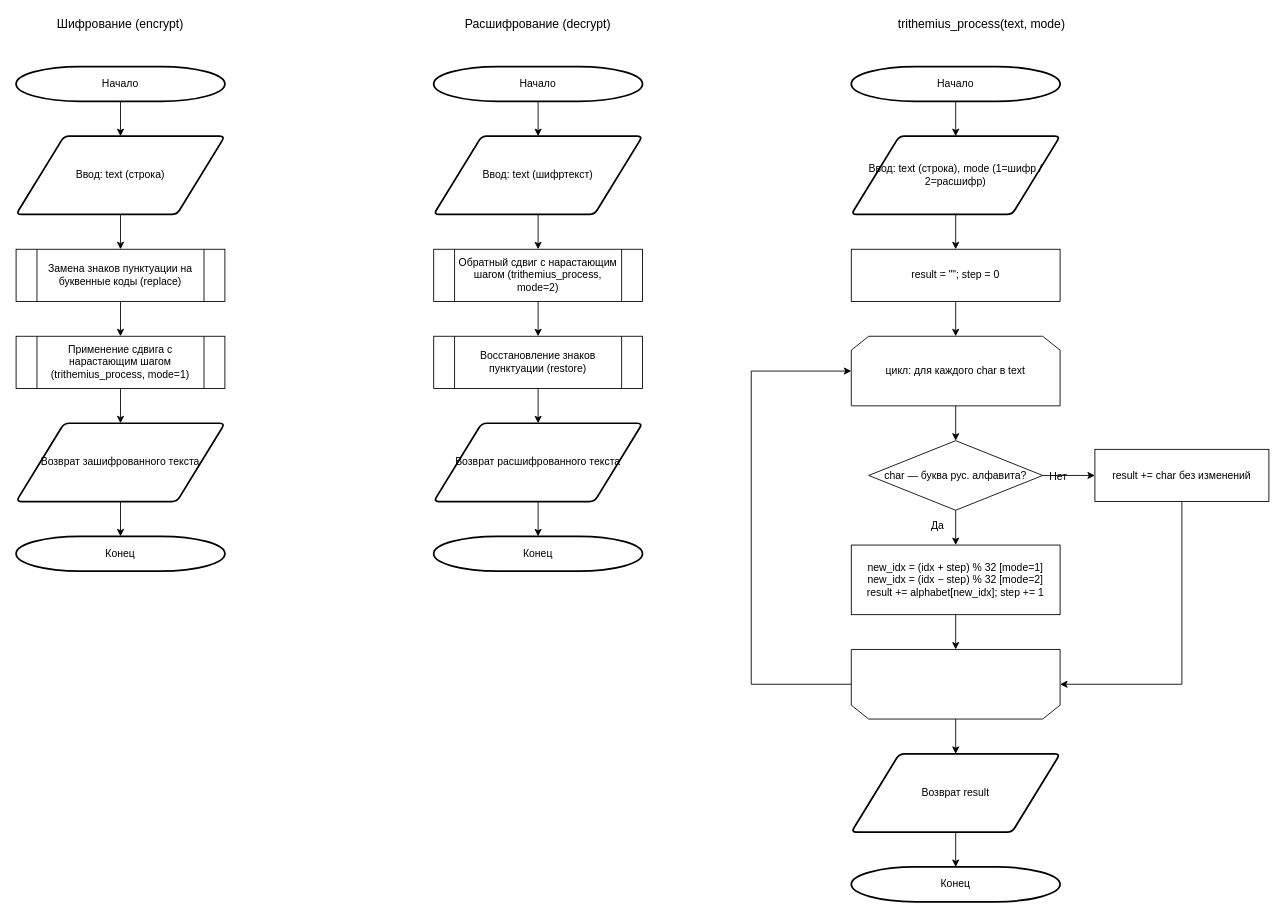
This is trithemius_diagram.drawio from Laincetta/mospolytech-cryptography, a draw.io file, before an edit. Source tidied: cells renumbered, new cells numbered last; positions are measured from the earlier drawing's top-left corner, leaving out a move shared by most shapes. Both pictures are drawn from the tidied source at 87%, with x=0, y=0 at pixel (16, 15).
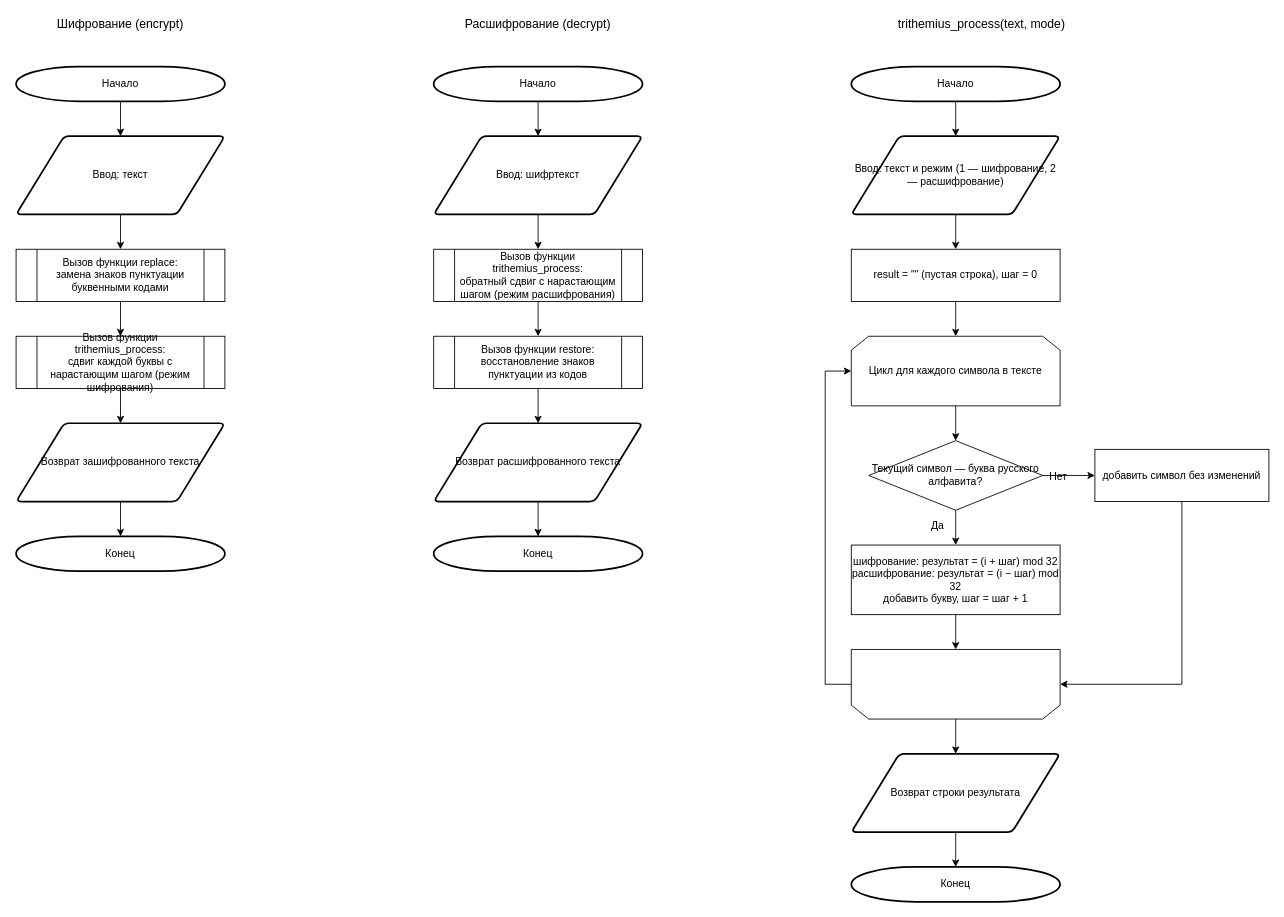
Above is the later version.

The change refers to these unchanged cells:
```xml
<mxCell id="37" style="text;html=1;whiteSpace=wrap;strokeColor=none;fillColor=none;opacity=0;" parent="1" vertex="1">
  <mxGeometry x="960" y="729" width="240" height="80" as="geometry" />
</mxCell>
```

What changed in the source:
```diff
@@
-    <mxCell id="4" value="Ввод: text (строка)" style="shape=parallelogram;html=1;strokeWidth=2;perimeter=parallelogramPerimeter;whiteSpace=wrap;rounded=1;arcSize=12;size=0.23;" parent="1" vertex="1">
+    <mxCell id="4" value="Ввод: текст" style="shape=parallelogram;html=1;strokeWidth=2;perimeter=parallelogramPerimeter;whiteSpace=wrap;rounded=1;arcSize=12;size=0.23;" parent="1" vertex="1">
       <mxGeometry y="139" width="240" height="90" as="geometry" />
     </mxCell>
-    <mxCell id="5" value="Замена знаков пунктуации на буквенные коды (replace)" style="shape=process;whiteSpace=wrap;html=1;backgroundOutline=1;" parent="1" vertex="1">
+    <mxCell id="5" value="Вызов функции replace:&#10;замена знаков пунктуации буквенными кодами" style="shape=process;whiteSpace=wrap;html=1;backgroundOutline=1;" parent="1" vertex="1">
       <mxGeometry y="269" width="240" height="60" as="geometry" />
     </mxCell>
-    <mxCell id="6" value="Применение сдвига с нарастающим шагом (trithemius_process, mode=1)" style="shape=process;whiteSpace=wrap;html=1;backgroundOutline=1;" parent="1" vertex="1">
+    <mxCell id="6" value="Вызов функции trithemius_process:&#10;сдвиг каждой буквы с нарастающим шагом (режим шифрования)" style="shape=process;whiteSpace=wrap;html=1;backgroundOutline=1;" parent="1" vertex="1">
       <mxGeometry y="369" width="240" height="60" as="geometry" />
     </mxCell>
@@
-    <mxCell id="16" value="Ввод: text (шифртекст)" style="shape=parallelogram;html=1;strokeWidth=2;perimeter=parallelogramPerimeter;whiteSpace=wrap;rounded=1;arcSize=12;size=0.23;" parent="1" vertex="1">
+    <mxCell id="16" value="Ввод: шифртекст" style="shape=parallelogram;html=1;strokeWidth=2;perimeter=parallelogramPerimeter;whiteSpace=wrap;rounded=1;arcSize=12;size=0.23;" parent="1" vertex="1">
       <mxGeometry x="480" y="139" width="240" height="90" as="geometry" />
     </mxCell>
-    <mxCell id="17" value="Обратный сдвиг с нарастающим шагом (trithemius_process, mode=2)" style="shape=process;whiteSpace=wrap;html=1;backgroundOutline=1;" parent="1" vertex="1">
+    <mxCell id="17" value="Вызов функции trithemius_process:&#10;обратный сдвиг с нарастающим шагом (режим расшифрования)" style="shape=process;whiteSpace=wrap;html=1;backgroundOutline=1;" parent="1" vertex="1">
       <mxGeometry x="480" y="269" width="240" height="60" as="geometry" />
     </mxCell>
-    <mxCell id="18" value="Восстановление знаков пунктуации (restore)" style="shape=process;whiteSpace=wrap;html=1;backgroundOutline=1;" parent="1" vertex="1">
+    <mxCell id="18" value="Вызов функции restore:&#10;восстановление знаков пунктуации из кодов" style="shape=process;whiteSpace=wrap;html=1;backgroundOutline=1;" parent="1" vertex="1">
       <mxGeometry x="480" y="369" width="240" height="60" as="geometry" />
     </mxCell>
@@
-    <mxCell id="28" value="Ввод: text (строка), mode (1=шифр / 2=расшифр)" style="shape=parallelogram;html=1;strokeWidth=2;perimeter=parallelogramPerimeter;whiteSpace=wrap;rounded=1;arcSize=12;size=0.23;" parent="1" vertex="1">
+    <mxCell id="28" value="Ввод: текст и режим (1 — шифрование, 2 — расшифрование)" style="shape=parallelogram;html=1;strokeWidth=2;perimeter=parallelogramPerimeter;whiteSpace=wrap;rounded=1;arcSize=12;size=0.23;" parent="1" vertex="1">
       <mxGeometry x="960" y="139" width="240" height="90" as="geometry" />
     </mxCell>
-    <mxCell id="29" value="result = &quot;&quot;; step = 0" style="rounded=0;whiteSpace=wrap;html=1;" parent="1" vertex="1">
+    <mxCell id="29" value="result = &amp;quot;&amp;quot; (пустая строка),  шаг = 0" style="rounded=0;whiteSpace=wrap;html=1;" parent="1" vertex="1">
       <mxGeometry x="960" y="269" width="240" height="60" as="geometry" />
     </mxCell>
-    <mxCell id="30" value="цикл: для каждого char в text" style="shape=loopLimit;whiteSpace=wrap;html=1;" parent="1" vertex="1">
+    <mxCell id="30" value="Цикл для каждого символа в тексте" style="shape=loopLimit;whiteSpace=wrap;html=1;" parent="1" vertex="1">
       <mxGeometry x="960" y="369" width="240" height="80" as="geometry" />
     </mxCell>
-    <mxCell id="31" value="char — буква рус. алфавита?" style="rhombus;whiteSpace=wrap;html=1;" parent="1" vertex="1">
+    <mxCell id="31" value="Текущий символ — буква русского алфавита?" style="rhombus;whiteSpace=wrap;html=1;" parent="1" vertex="1">
       <mxGeometry x="980" y="489" width="200" height="80" as="geometry" />
     </mxCell>
@@
-    <mxCell id="34" value="new_idx = (idx + step) % 32  [mode=1]&#10;new_idx = (idx − step) % 32  [mode=2]&#10;result += alphabet[new_idx]; step += 1" style="rounded=0;whiteSpace=wrap;html=1;" parent="1" vertex="1">
+    <mxCell id="34" value="шифрование: результат = (i + шаг) mod 32&#10;расшифрование: результат = (i − шаг) mod 32&#10;добавить букву,  шаг = шаг + 1" style="rounded=0;whiteSpace=wrap;html=1;" parent="1" vertex="1">
       <mxGeometry x="960" y="609" width="240" height="80" as="geometry" />
     </mxCell>
-    <mxCell id="35" value="result += char без изменений" style="rounded=0;whiteSpace=wrap;html=1;" parent="1" vertex="1">
+    <mxCell id="35" value="добавить символ без изменений" style="rounded=0;whiteSpace=wrap;html=1;" parent="1" vertex="1">
       <mxGeometry x="1240" y="499" width="200" height="60" as="geometry" />
     </mxCell>
@@
-    <mxCell id="38" value="Возврат result" style="shape=parallelogram;html=1;strokeWidth=2;perimeter=parallelogramPerimeter;whiteSpace=wrap;rounded=1;arcSize=12;size=0.23;" parent="1" vertex="1">
+    <mxCell id="38" value="Возврат строки результата" style="shape=parallelogram;html=1;strokeWidth=2;perimeter=parallelogramPerimeter;whiteSpace=wrap;rounded=1;arcSize=12;size=0.23;" parent="1" vertex="1">
       <mxGeometry x="960" y="849" width="240" height="90" as="geometry" />
     </mxCell>
@@
     <mxCell id="48" style="edgeStyle=orthogonalEdgeStyle;rounded=0;jettySize=auto;html=1;exitX=0;exitY=0.5;exitDx=0;exitDy=0;entryX=0;entryY=0.5;entryDx=0;entryDy=0;" parent="1" edge="1" source="37" target="30">
       <mxGeometry relative="1" as="geometry">
         <Array as="points">
-          <mxPoint x="845" y="769" />
-          <mxPoint x="845" y="409" />
+          <mxPoint x="930" y="769" />
+          <mxPoint x="930" y="409" />
         </Array>
       </mxGeometry>
     </mxCell>
```
